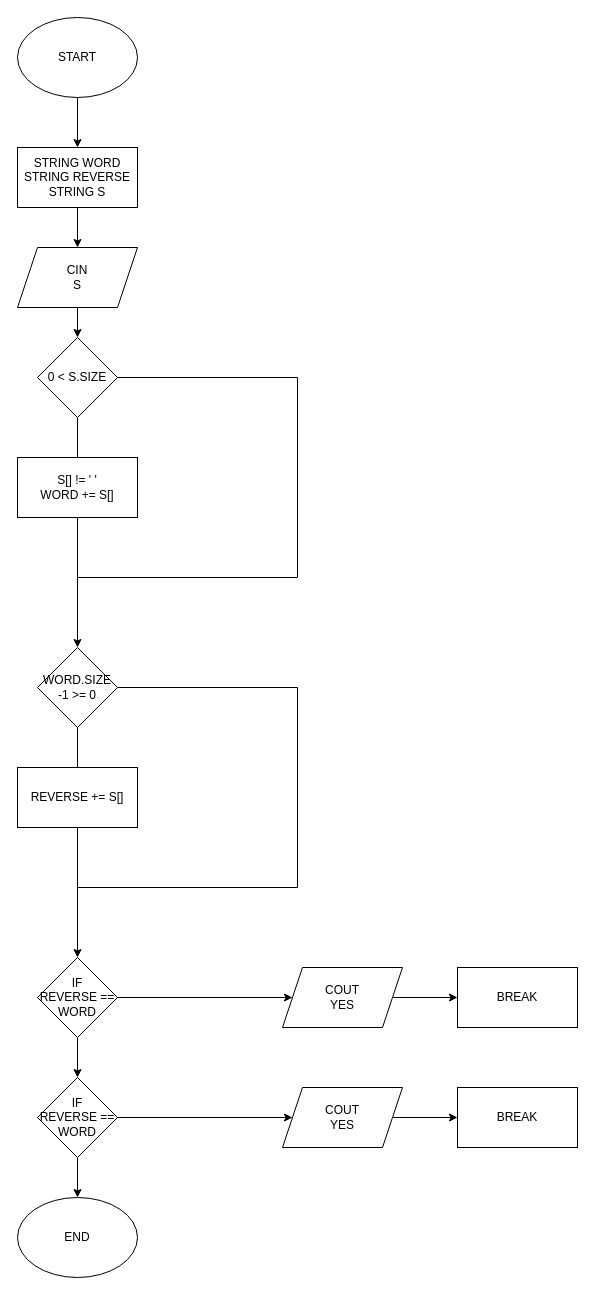
The draw.io diagram Práctico 2 Ejercicio 8 .drawio in Kal222000/Diagramas-De-Flujo, before the edit. Source tidied: cells renumbered, new cells numbered last; positions are measured from the earlier drawing's top-left corner, leaving out a move shared by most shapes. Both pictures are drawn from the tidied source at 100%, with x=0, y=0 at pixel (17, 17).
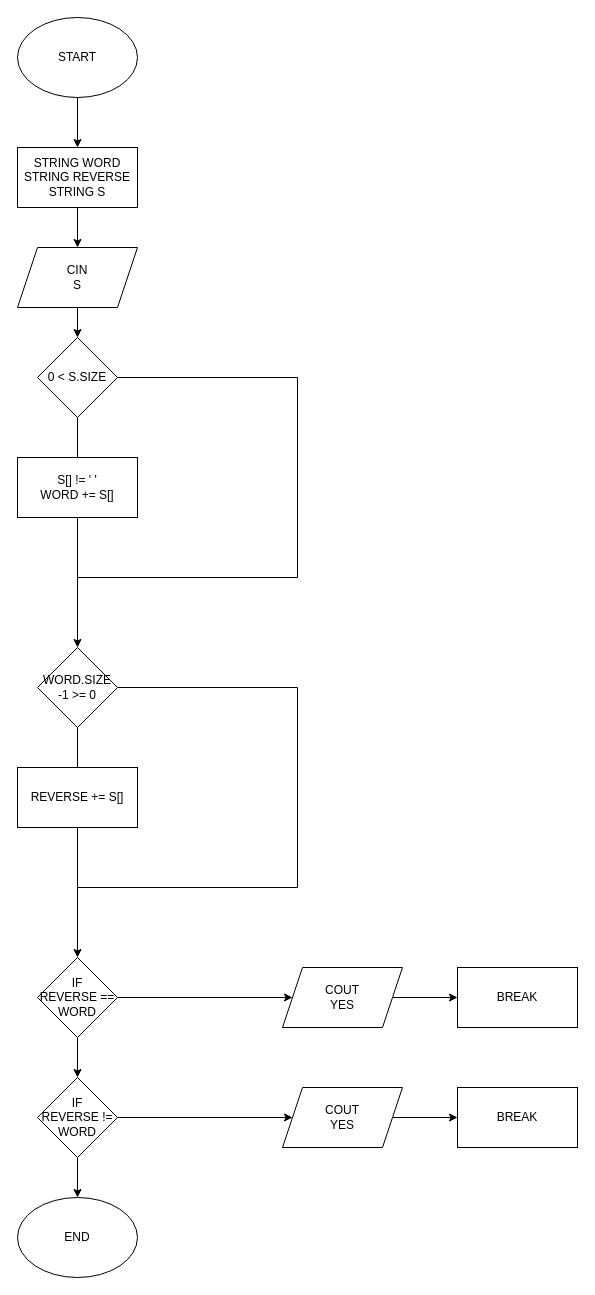
The same diagram, later.

Diff of the diagram source:
```diff
@@
-    <mxCell id="27" value="IF&lt;div&gt;REVERSE == WORD&lt;/div&gt;" style="rhombus;whiteSpace=wrap;html=1;" parent="1" vertex="1">
+    <mxCell id="27" value="IF&lt;div&gt;REVERSE != WORD&lt;/div&gt;" style="rhombus;whiteSpace=wrap;html=1;" parent="1" vertex="1">
       <mxGeometry x="20" y="1060" width="80" height="80" as="geometry" />
     </mxCell>
```
